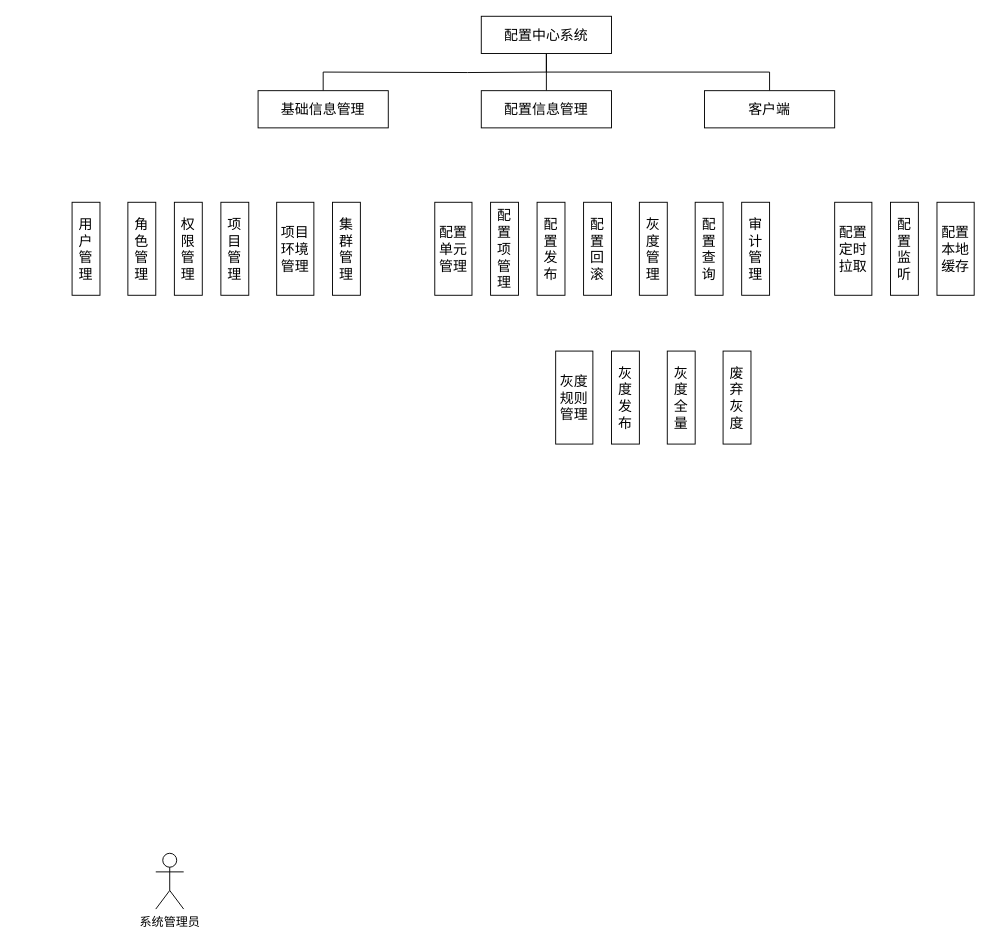
WWj5921/ConfigCenter keeps this draw.io diagram as page "用例图" (10 of 12) of Untitled Diagram.drawio. Above is the earlier version. Source tidied: cells renumbered, new cells numbered last; positions are measured from the earlier drawing's top-left corner, leaving out a move shared by most shapes. Both pictures are drawn from the tidied source at 93%, with x=0, y=0 at pixel (72, 16).
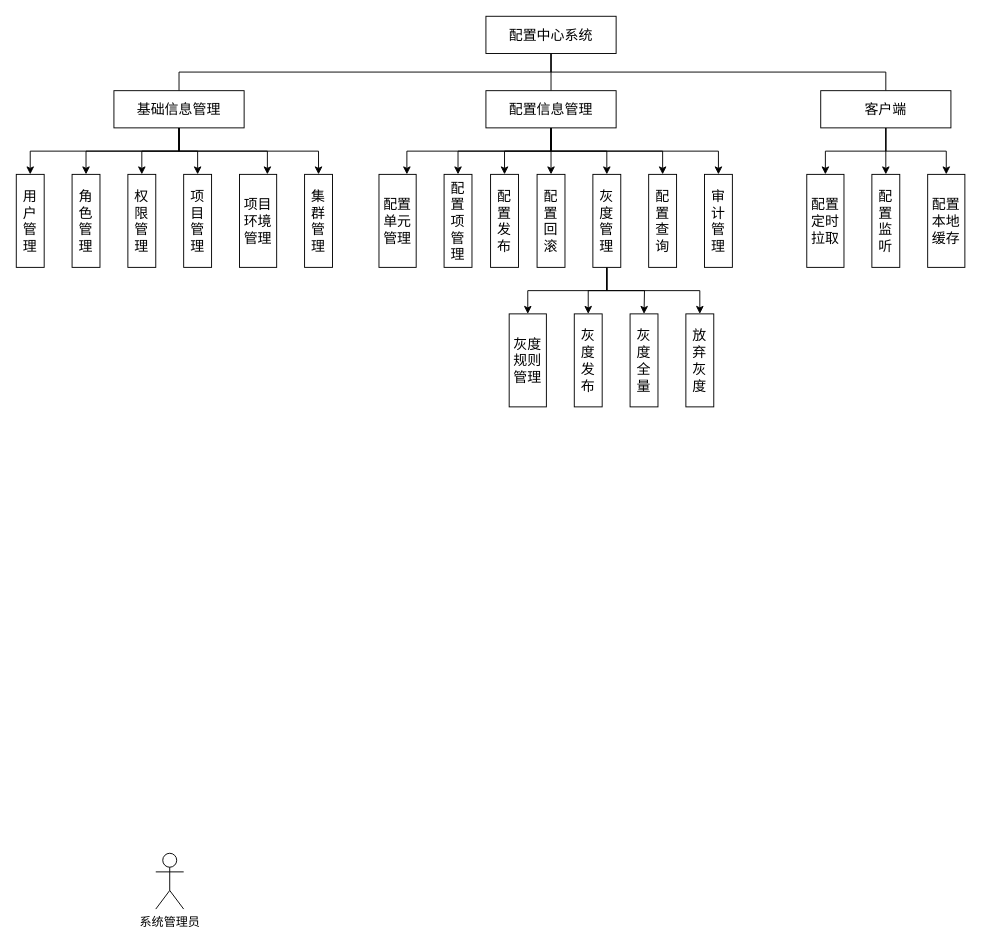
The same page after the edit.

The edit, as a diff of the source:
```diff
@@
-    <mxCell id="5" style="edgeStyle=orthogonalEdgeStyle;rounded=0;jettySize=auto;html=1;fontSize=15;fontColor=#000000;endArrow=none;endFill=0;" parent="1" edge="1" target="9">
-      <mxGeometry relative="1" as="geometry">
-        <mxPoint x="510" y="60" as="sourcePoint" />
-      </mxGeometry>
+    <mxCell id="5" style="edgeStyle=orthogonalEdgeStyle;rounded=0;jettySize=auto;html=1;fontSize=15;fontColor=#000000;endArrow=none;endFill=0;exitX=0.5;exitY=1;exitDx=0;exitDy=0;" parent="1" edge="1" source="6" target="9">
+      <mxGeometry relative="1" as="geometry" />
     </mxCell>
     <mxCell id="6" value="配置中心系统" style="rounded=0;whiteSpace=wrap;html=1;fontSize=15;fontColor=#000000;" parent="1" vertex="1">
-      <mxGeometry x="440" width="140" height="40" as="geometry" />
+      <mxGeometry x="445" width="140" height="40" as="geometry" />
     </mxCell>
+    <mxCell id="30" style="edgeStyle=orthogonalEdgeStyle;rounded=0;jettySize=auto;html=1;entryX=0.5;entryY=0;entryDx=0;entryDy=0;" parent="1" edge="1" source="7" target="27">
+      <mxGeometry relative="1" as="geometry" />
+    </mxCell>
+    <mxCell id="31" style="edgeStyle=orthogonalEdgeStyle;rounded=0;jettySize=auto;html=1;entryX=0.5;entryY=0;entryDx=0;entryDy=0;" parent="1" edge="1" source="7" target="28">
+      <mxGeometry relative="1" as="geometry" />
+    </mxCell>
+    <mxCell id="32" style="edgeStyle=orthogonalEdgeStyle;rounded=0;jettySize=auto;html=1;" parent="1" edge="1" source="7" target="29">
+      <mxGeometry relative="1" as="geometry" />
+    </mxCell>
     <mxCell id="7" value="客户端" style="rounded=0;whiteSpace=wrap;html=1;fontSize=15;fontColor=#000000;" parent="1" vertex="1">
-      <mxGeometry x="680" y="80" width="140" height="40" as="geometry" />
+      <mxGeometry x="805" y="80" width="140" height="40" as="geometry" />
     </mxCell>
+    <mxCell id="33" style="edgeStyle=orthogonalEdgeStyle;rounded=0;jettySize=auto;html=1;entryX=0.75;entryY=0;entryDx=0;entryDy=0;exitX=0.5;exitY=1;exitDx=0;exitDy=0;" parent="1" edge="1" source="8" target="15">
+      <mxGeometry relative="1" as="geometry" />
+    </mxCell>
+    <mxCell id="34" style="edgeStyle=orthogonalEdgeStyle;rounded=0;jettySize=auto;html=1;" parent="1" edge="1" source="8" target="18">
+      <mxGeometry relative="1" as="geometry" />
+    </mxCell>
+    <mxCell id="35" style="edgeStyle=orthogonalEdgeStyle;rounded=0;jettySize=auto;html=1;exitX=0.5;exitY=1;exitDx=0;exitDy=0;" parent="1" edge="1" source="8" target="16">
+      <mxGeometry relative="1" as="geometry" />
+    </mxCell>
+    <mxCell id="36" style="edgeStyle=orthogonalEdgeStyle;rounded=0;jettySize=auto;html=1;entryX=0.5;entryY=0;entryDx=0;entryDy=0;" parent="1" edge="1" source="8" target="20">
+      <mxGeometry relative="1" as="geometry" />
+    </mxCell>
+    <mxCell id="37" style="edgeStyle=orthogonalEdgeStyle;rounded=0;jettySize=auto;html=1;entryX=0.5;entryY=0;entryDx=0;entryDy=0;" parent="1" edge="1" source="8" target="21">
+      <mxGeometry relative="1" as="geometry" />
+    </mxCell>
+    <mxCell id="38" style="edgeStyle=orthogonalEdgeStyle;rounded=0;jettySize=auto;html=1;exitX=0.5;exitY=1;exitDx=0;exitDy=0;" parent="1" edge="1" source="8" target="22">
+      <mxGeometry relative="1" as="geometry" />
+    </mxCell>
+    <mxCell id="39" style="edgeStyle=orthogonalEdgeStyle;rounded=0;jettySize=auto;html=1;entryX=0.5;entryY=0;entryDx=0;entryDy=0;exitX=0.5;exitY=1;exitDx=0;exitDy=0;" parent="1" edge="1" source="8" target="19">
+      <mxGeometry relative="1" as="geometry" />
+    </mxCell>
     <mxCell id="8" value="配置信息管理" style="rounded=0;whiteSpace=wrap;html=1;fontSize=15;fontColor=#000000;" parent="1" vertex="1">
-      <mxGeometry x="440" y="80" width="140" height="40" as="geometry" />
+      <mxGeometry x="445" y="80" width="140" height="40" as="geometry" />
     </mxCell>
+    <mxCell id="40" style="edgeStyle=orthogonalEdgeStyle;rounded=0;jettySize=auto;html=1;exitX=0.5;exitY=1;exitDx=0;exitDy=0;" parent="1" edge="1" source="9" target="10">
+      <mxGeometry relative="1" as="geometry" />
+    </mxCell>
+    <mxCell id="41" style="edgeStyle=orthogonalEdgeStyle;rounded=0;jettySize=auto;html=1;entryX=0.5;entryY=0;entryDx=0;entryDy=0;exitX=0.5;exitY=1;exitDx=0;exitDy=0;" parent="1" edge="1" source="9" target="11">
+      <mxGeometry relative="1" as="geometry" />
+    </mxCell>
+    <mxCell id="42" style="edgeStyle=orthogonalEdgeStyle;rounded=0;jettySize=auto;html=1;entryX=0.5;entryY=0;entryDx=0;entryDy=0;" parent="1" edge="1" source="9" target="12">
+      <mxGeometry relative="1" as="geometry" />
+    </mxCell>
+    <mxCell id="43" style="edgeStyle=orthogonalEdgeStyle;rounded=0;jettySize=auto;html=1;entryX=0.5;entryY=0;entryDx=0;entryDy=0;" parent="1" edge="1" source="9" target="13">
+      <mxGeometry relative="1" as="geometry" />
+    </mxCell>
+    <mxCell id="44" style="edgeStyle=orthogonalEdgeStyle;rounded=0;jettySize=auto;html=1;entryX=0.75;entryY=0;entryDx=0;entryDy=0;" parent="1" edge="1" source="9" target="14">
+      <mxGeometry relative="1" as="geometry" />
+    </mxCell>
+    <mxCell id="45" style="edgeStyle=orthogonalEdgeStyle;rounded=0;jettySize=auto;html=1;entryX=0.5;entryY=0;entryDx=0;entryDy=0;exitX=0.5;exitY=1;exitDx=0;exitDy=0;" parent="1" edge="1" source="9" target="17">
+      <mxGeometry relative="1" as="geometry" />
+    </mxCell>
     <mxCell id="9" value="基础信息管理" style="rounded=0;whiteSpace=wrap;html=1;fontSize=15;fontColor=#000000;" parent="1" vertex="1">
-      <mxGeometry x="200" y="80" width="140" height="40" as="geometry" />
+      <mxGeometry x="45" y="80" width="140" height="40" as="geometry" />
     </mxCell>
     <mxCell id="10" value="用户管理" style="rounded=0;whiteSpace=wrap;html=1;fontSize=15;fontColor=#000000;" parent="1" vertex="1">
-      <mxGeometry y="200" width="30" height="100" as="geometry" />
+      <mxGeometry x="-60" y="170" width="30" height="100" as="geometry" />
     </mxCell>
     <mxCell id="11" value="角色管理" style="rounded=0;whiteSpace=wrap;html=1;fontSize=15;fontColor=#000000;" parent="1" vertex="1">
-      <mxGeometry x="60" y="200" width="30" height="100" as="geometry" />
+      <mxGeometry y="170" width="30" height="100" as="geometry" />
     </mxCell>
     <mxCell id="12" value="权限管理" style="rounded=0;whiteSpace=wrap;html=1;fontSize=15;fontColor=#000000;" parent="1" vertex="1">
-      <mxGeometry x="110" y="200" width="30" height="100" as="geometry" />
+      <mxGeometry x="60" y="170" width="30" height="100" as="geometry" />
     </mxCell>
     <mxCell id="13" value="项目管理" style="rounded=0;whiteSpace=wrap;html=1;fontSize=15;fontColor=#000000;" parent="1" vertex="1">
-      <mxGeometry x="160" y="200" width="30" height="100" as="geometry" />
+      <mxGeometry x="120" y="170" width="30" height="100" as="geometry" />
     </mxCell>
     <mxCell id="14" value="项目环境管理" style="rounded=0;whiteSpace=wrap;html=1;fontSize=15;fontColor=#000000;" parent="1" vertex="1">
-      <mxGeometry x="220" y="200" width="40" height="100" as="geometry" />
+      <mxGeometry x="180" y="170" width="40" height="100" as="geometry" />
     </mxCell>
     <mxCell id="15" value="配置单元管理" style="rounded=0;whiteSpace=wrap;html=1;fontSize=15;fontColor=#000000;" parent="1" vertex="1">
-      <mxGeometry x="390" y="200" width="40" height="100" as="geometry" />
+      <mxGeometry x="330" y="170" width="40" height="100" as="geometry" />
     </mxCell>
     <mxCell id="16" value="配置项管理" style="rounded=0;whiteSpace=wrap;html=1;fontSize=15;fontColor=#000000;" parent="1" vertex="1">
-      <mxGeometry x="450" y="200" width="30" height="100" as="geometry" />
+      <mxGeometry x="400" y="170" width="30" height="100" as="geometry" />
     </mxCell>
     <mxCell id="17" value="集群管理" style="rounded=0;whiteSpace=wrap;html=1;fontSize=15;fontColor=#000000;" parent="1" vertex="1">
-      <mxGeometry x="280" y="200" width="30" height="100" as="geometry" />
+      <mxGeometry x="250" y="170" width="30" height="100" as="geometry" />
     </mxCell>
     <mxCell id="18" value="配置发布" style="rounded=0;whiteSpace=wrap;html=1;fontSize=15;fontColor=#000000;" parent="1" vertex="1">
-      <mxGeometry x="500" y="200" width="30" height="100" as="geometry" />
+      <mxGeometry x="450" y="170" width="30" height="100" as="geometry" />
     </mxCell>
     <mxCell id="19" value="审计管理" style="rounded=0;whiteSpace=wrap;html=1;fontSize=15;fontColor=#000000;" parent="1" vertex="1">
-      <mxGeometry x="720" y="200" width="30" height="100" as="geometry" />
+      <mxGeometry x="680" y="170" width="30" height="100" as="geometry" />
     </mxCell>
     <mxCell id="20" value="配置回滚" style="rounded=0;whiteSpace=wrap;html=1;fontSize=15;fontColor=#000000;" parent="1" vertex="1">
-      <mxGeometry x="550" y="200" width="30" height="100" as="geometry" />
+      <mxGeometry x="500" y="170" width="30" height="100" as="geometry" />
     </mxCell>
+    <mxCell id="46" style="edgeStyle=orthogonalEdgeStyle;rounded=0;jettySize=auto;html=1;exitX=0.5;exitY=1;exitDx=0;exitDy=0;entryX=0.5;entryY=0;entryDx=0;entryDy=0;" parent="1" edge="1" source="21" target="26">
+      <mxGeometry relative="1" as="geometry" />
+    </mxCell>
+    <mxCell id="47" style="edgeStyle=orthogonalEdgeStyle;rounded=0;jettySize=auto;html=1;entryX=0.5;entryY=0;entryDx=0;entryDy=0;" parent="1" edge="1" source="21" target="25">
+      <mxGeometry relative="1" as="geometry" />
+    </mxCell>
+    <mxCell id="48" style="edgeStyle=orthogonalEdgeStyle;rounded=0;jettySize=auto;html=1;exitX=0.5;exitY=1;exitDx=0;exitDy=0;" parent="1" edge="1" source="21">
+      <mxGeometry relative="1" as="geometry">
+        <mxPoint x="615" y="320" as="targetPoint" />
+      </mxGeometry>
+    </mxCell>
+    <mxCell id="49" style="edgeStyle=orthogonalEdgeStyle;rounded=0;jettySize=auto;html=1;entryX=0.5;entryY=0;entryDx=0;entryDy=0;exitX=0.5;exitY=1;exitDx=0;exitDy=0;" parent="1" edge="1" source="21" target="23">
+      <mxGeometry relative="1" as="geometry" />
+    </mxCell>
     <mxCell id="21" value="灰度管理" style="rounded=0;whiteSpace=wrap;html=1;fontSize=15;fontColor=#000000;" parent="1" vertex="1">
-      <mxGeometry x="610" y="200" width="30" height="100" as="geometry" />
+      <mxGeometry x="560" y="170" width="30" height="100" as="geometry" />
     </mxCell>
     <mxCell id="22" value="配置查询" style="rounded=0;whiteSpace=wrap;html=1;fontSize=15;fontColor=#000000;" parent="1" vertex="1">
-      <mxGeometry x="670" y="200" width="30" height="100" as="geometry" />
+      <mxGeometry x="620" y="170" width="30" height="100" as="geometry" />
     </mxCell>
-    <mxCell id="23" value="废弃灰度" style="rounded=0;whiteSpace=wrap;html=1;fontSize=15;fontColor=#000000;" parent="1" vertex="1">
-      <mxGeometry x="700" y="360" width="30" height="100" as="geometry" />
+    <mxCell id="23" value="放弃灰度" style="rounded=0;whiteSpace=wrap;html=1;fontSize=15;fontColor=#000000;" parent="1" vertex="1">
+      <mxGeometry x="660" y="320" width="30" height="100" as="geometry" />
     </mxCell>
     <mxCell id="24" value="灰度全量" style="rounded=0;whiteSpace=wrap;html=1;fontSize=15;fontColor=#000000;" parent="1" vertex="1">
-      <mxGeometry x="640" y="360" width="30" height="100" as="geometry" />
+      <mxGeometry x="600" y="320" width="30" height="100" as="geometry" />
     </mxCell>
     <mxCell id="25" value="灰度发布" style="rounded=0;whiteSpace=wrap;html=1;fontSize=15;fontColor=#000000;" parent="1" vertex="1">
-      <mxGeometry x="580" y="360" width="30" height="100" as="geometry" />
+      <mxGeometry x="540" y="320" width="30" height="100" as="geometry" />
     </mxCell>
     <mxCell id="26" value="灰度规则管理" style="rounded=0;whiteSpace=wrap;html=1;fontSize=15;fontColor=#000000;" parent="1" vertex="1">
-      <mxGeometry x="520" y="360" width="40" height="100" as="geometry" />
+      <mxGeometry x="470" y="320" width="40" height="100" as="geometry" />
     </mxCell>
     <mxCell id="27" value="配置定时拉取" style="rounded=0;whiteSpace=wrap;html=1;fontSize=15;fontColor=#000000;" parent="1" vertex="1">
-      <mxGeometry x="820" y="200" width="40" height="100" as="geometry" />
+      <mxGeometry x="790" y="170" width="40" height="100" as="geometry" />
     </mxCell>
     <mxCell id="28" value="配置监听" style="rounded=0;whiteSpace=wrap;html=1;fontSize=15;fontColor=#000000;" parent="1" vertex="1">
-      <mxGeometry x="880" y="200" width="30" height="100" as="geometry" />
+      <mxGeometry x="860" y="170" width="30" height="100" as="geometry" />
     </mxCell>
     <mxCell id="29" value="配置本地缓存" style="rounded=0;whiteSpace=wrap;html=1;fontSize=15;fontColor=#000000;" parent="1" vertex="1">
-      <mxGeometry x="930" y="200" width="40" height="100" as="geometry" />
+      <mxGeometry x="920" y="170" width="40" height="100" as="geometry" />
     </mxCell>
```
